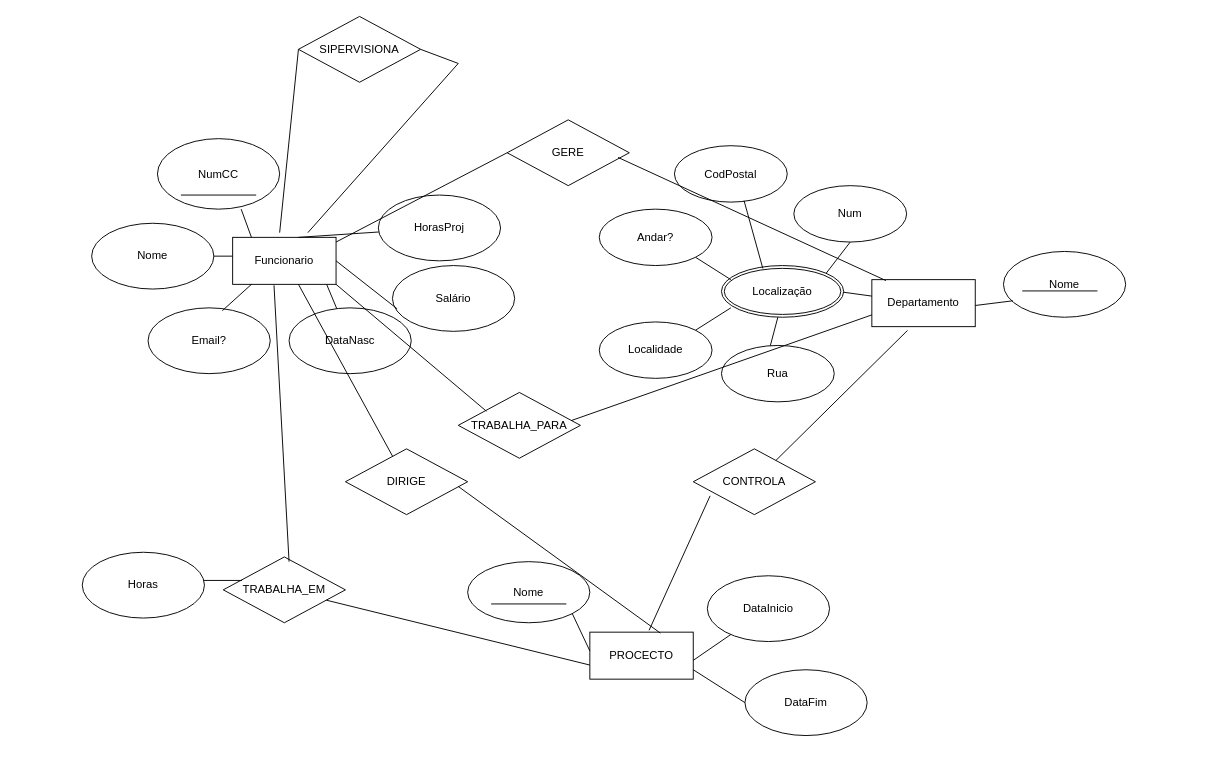
The draw.io diagram BD empresa.drawio in RubenA2109/diagramas, before the edit. Source tidied: cells renumbered, new cells numbered last; positions are measured from the earlier drawing's top-left corner, leaving out a move shared by most shapes. Both pictures are drawn from the tidied source at 94%, with x=0, y=0 at pixel (82, 16).
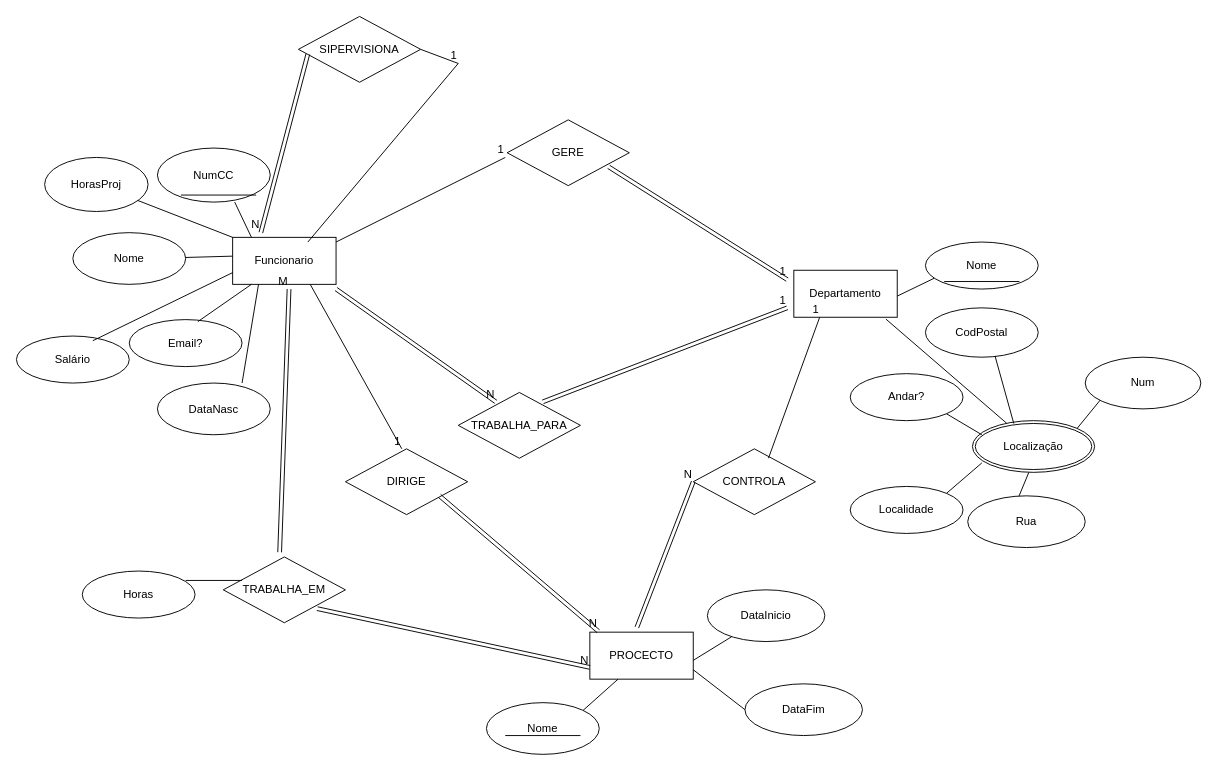
The same page after the edit.

The change refers to these unchanged cells:
```xml
<mxCell id="2" value="Funcionario" style="whiteSpace=wrap;html=1;align=center;" parent="1" vertex="1">
  <mxGeometry x="160" y="235" width="110" height="50" as="geometry" />
</mxCell>
<mxCell id="3" value="PROCECTO" style="whiteSpace=wrap;html=1;align=center;" parent="1" vertex="1">
  <mxGeometry x="540" y="655" width="110" height="50" as="geometry" />
</mxCell>
<mxCell id="40" value="SIPERVISIONA" style="shape=rhombus;perimeter=rhombusPerimeter;whiteSpace=wrap;html=1;align=center;" parent="1" vertex="1">
  <mxGeometry x="230" width="130" height="70" as="geometry" />
</mxCell>
<mxCell id="42" value="GERE" style="shape=rhombus;perimeter=rhombusPerimeter;whiteSpace=wrap;html=1;align=center;" parent="1" vertex="1">
  <mxGeometry x="452" y="110" width="130" height="70" as="geometry" />
</mxCell>
<mxCell id="43" value="CONTROLA" style="shape=rhombus;perimeter=rhombusPerimeter;whiteSpace=wrap;html=1;align=center;" parent="1" vertex="1">
  <mxGeometry x="650" y="460" width="130" height="70" as="geometry" />
</mxCell>
<mxCell id="44" value="DIRIGE" style="shape=rhombus;perimeter=rhombusPerimeter;whiteSpace=wrap;html=1;align=center;" parent="1" vertex="1">
  <mxGeometry x="280" y="460" width="130" height="70" as="geometry" />
</mxCell>
<mxCell id="45" value="TRABALHA_EM" style="shape=rhombus;perimeter=rhombusPerimeter;whiteSpace=wrap;html=1;align=center;" parent="1" vertex="1">
  <mxGeometry x="150" y="575" width="130" height="70" as="geometry" />
</mxCell>
```

Change to the diagram source:
```diff
@@
     <mxCell id="4" value="Departamento" style="whiteSpace=wrap;html=1;align=center;" parent="1" vertex="1">
-      <mxGeometry x="840" y="280" width="110" height="50" as="geometry" />
+      <mxGeometry x="757" y="270" width="110" height="50" as="geometry" />
     </mxCell>
     <mxCell id="5" value="DataNasc" style="ellipse;whiteSpace=wrap;html=1;" parent="1" vertex="1">
-      <mxGeometry x="220" y="310" width="130" height="70" as="geometry" />
+      <mxGeometry x="80" y="390" width="120" height="55" as="geometry" />
     </mxCell>
     <mxCell id="6" value="Nome" style="ellipse;whiteSpace=wrap;html=1;" parent="1" vertex="1">
-      <mxGeometry x="10" y="220" width="130" height="70" as="geometry" />
+      <mxGeometry x="-10" y="230" width="120" height="55" as="geometry" />
     </mxCell>
     <mxCell id="7" value="NumCC" style="ellipse;whiteSpace=wrap;html=1;" parent="1" vertex="1">
-      <mxGeometry x="80" y="130" width="130" height="75" as="geometry" />
+      <mxGeometry x="80" y="140" width="120" height="57.5" as="geometry" />
     </mxCell>
     <mxCell id="8" value="HorasProj" style="ellipse;whiteSpace=wrap;html=1;" parent="1" vertex="1">
-      <mxGeometry x="315" y="190" width="130" height="70" as="geometry" />
+      <mxGeometry x="-40" y="150" width="110" height="57.5" as="geometry" />
     </mxCell>
     <mxCell id="9" value="Salário" style="ellipse;whiteSpace=wrap;html=1;" parent="1" vertex="1">
-      <mxGeometry x="330" y="265" width="130" height="70" as="geometry" />
+      <mxGeometry x="-70" y="340" width="120" height="50" as="geometry" />
     </mxCell>
     <mxCell id="10" value="Email?" style="ellipse;whiteSpace=wrap;html=1;" parent="1" vertex="1">
-      <mxGeometry x="70" y="310" width="130" height="70" as="geometry" />
+      <mxGeometry x="50" y="322.5" width="120" height="50" as="geometry" />
     </mxCell>
@@
-    <mxCell id="12" style="endArrow=none;html=1;rounded=0;exitX=1;exitY=0.5;exitDx=0;exitDy=0;entryX=0.038;entryY=0.657;entryDx=0;entryDy=0;entryPerimeter=0;" parent="1" edge="1" source="2" target="9">
+    <mxCell id="12" style="endArrow=none;html=1;rounded=0;exitX=0;exitY=0.75;exitDx=0;exitDy=0;entryX=0.677;entryY=0.1;entryDx=0;entryDy=0;entryPerimeter=0;" parent="1" edge="1" source="2" target="9">
       <mxGeometry relative="1" as="geometry" />
     </mxCell>
-    <mxCell id="13" style="endArrow=none;html=1;rounded=0;" parent="1" edge="1" source="5">
-      <mxGeometry relative="1" as="geometry">
-        <mxPoint x="260" y="285" as="targetPoint" />
-      </mxGeometry>
-    </mxCell>
@@
-    <mxCell id="15" style="endArrow=none;html=1;rounded=0;" parent="1" edge="1" target="8">
-      <mxGeometry relative="1" as="geometry">
-        <mxPoint x="230" y="235" as="sourcePoint" />
-      </mxGeometry>
+    <mxCell id="15" style="endArrow=none;html=1;rounded=0;exitX=0;exitY=0;exitDx=0;exitDy=0;" parent="1" edge="1" source="2" target="8">
+      <mxGeometry relative="1" as="geometry" />
     </mxCell>
@@
     <mxCell id="17" value="Nome" style="ellipse;whiteSpace=wrap;html=1;" parent="1" vertex="1">
-      <mxGeometry x="980" y="250" width="130" height="70" as="geometry" />
+      <mxGeometry x="897" y="240" width="120" height="50" as="geometry" />
     </mxCell>
-    <mxCell id="18" style="endArrow=none;html=1;rounded=0;exitX=1;exitY=0.5;exitDx=0;exitDy=0;" parent="1" edge="1">
+    <mxCell id="18" style="endArrow=none;html=1;rounded=0;exitX=1;exitY=0.5;exitDx=0;exitDy=0;entryX=0.077;entryY=0.771;entryDx=0;entryDy=0;entryPerimeter=0;" parent="1" edge="1" target="17">
       <mxGeometry relative="1" as="geometry">
-        <mxPoint x="950" y="307.5" as="sourcePoint" />
-        <mxPoint x="990" y="302.5" as="targetPoint" />
+        <mxPoint x="867" y="297.5" as="sourcePoint" />
       </mxGeometry>
     </mxCell>
-    <mxCell id="19" style="endArrow=none;html=1;rounded=0;entryX=0.977;entryY=0.686;entryDx=0;entryDy=0;entryPerimeter=0;" parent="1" edge="1" source="4">
-      <mxGeometry relative="1" as="geometry">
-        <mxPoint x="807" y="293" as="targetPoint" />
-      </mxGeometry>
+    <mxCell id="19" style="endArrow=none;html=1;rounded=0;exitX=0.891;exitY=1.04;exitDx=0;exitDy=0;exitPerimeter=0;" parent="1" edge="1" source="4" target="20">
+      <mxGeometry relative="1" as="geometry" />
     </mxCell>
     <mxCell id="20" value="Localização" style="ellipse;shape=doubleEllipse;margin=3;whiteSpace=wrap;html=1;align=center;" parent="1" vertex="1">
-      <mxGeometry x="680" y="265" width="130" height="55" as="geometry" />
+      <mxGeometry x="947" y="430" width="130" height="55" as="geometry" />
     </mxCell>
     <mxCell id="21" value="DataInicio" style="ellipse;whiteSpace=wrap;html=1;" parent="1" vertex="1">
-      <mxGeometry x="665" y="595" width="130" height="70" as="geometry" />
+      <mxGeometry x="665" y="610" width="125" height="55" as="geometry" />
     </mxCell>
     <mxCell id="22" value="Nome" style="ellipse;whiteSpace=wrap;html=1;" parent="1" vertex="1">
-      <mxGeometry x="410" y="580" width="130" height="65" as="geometry" />
+      <mxGeometry x="430" y="730" width="120" height="55" as="geometry" />
     </mxCell>
-    <mxCell id="23" style="endArrow=none;html=1;rounded=0;exitX=1;exitY=1;exitDx=0;exitDy=0;" parent="1" edge="1" source="22">
-      <mxGeometry relative="1" as="geometry">
-        <mxPoint x="540" y="675" as="targetPoint" />
-      </mxGeometry>
-    </mxCell>
@@
-    <mxCell id="26" style="endArrow=none;html=1;rounded=0;entryX=0.5;entryY=1;entryDx=0;entryDy=0;exitX=1;exitY=0;exitDx=0;exitDy=0;" parent="1" edge="1" source="20" target="28">
-      <mxGeometry relative="1" as="geometry" />
+    <mxCell id="26" style="endArrow=none;html=1;rounded=0;entryX=0.5;entryY=1;entryDx=0;entryDy=0;exitX=1;exitY=0;exitDx=0;exitDy=0;" parent="1" edge="1" source="20">
+      <mxGeometry relative="1" as="geometry">
+        <mxPoint x="1085.5" y="405" as="targetPoint" />
+      </mxGeometry>
     </mxCell>
     <mxCell id="27" style="endArrow=none;html=1;rounded=0;exitX=0.425;exitY=0.067;exitDx=0;exitDy=0;exitPerimeter=0;" parent="1" edge="1" source="29">
       <mxGeometry relative="1" as="geometry">
-        <mxPoint x="740" y="320" as="targetPoint" />
+        <mxPoint x="1007" y="485" as="targetPoint" />
       </mxGeometry>
     </mxCell>
     <mxCell id="28" value="Num" style="ellipse;whiteSpace=wrap;html=1;" parent="1" vertex="1">
-      <mxGeometry x="757" y="180" width="120" height="60" as="geometry" />
+      <mxGeometry x="1067" y="362.5" width="123" height="55" as="geometry" />
     </mxCell>
     <mxCell id="29" value="Rua" style="ellipse;whiteSpace=wrap;html=1;" parent="1" vertex="1">
-      <mxGeometry x="680" y="350" width="120" height="60" as="geometry" />
+      <mxGeometry x="942" y="510" width="125" height="55" as="geometry" />
     </mxCell>
     <mxCell id="30" value="Andar?" style="ellipse;whiteSpace=wrap;html=1;" parent="1" vertex="1">
-      <mxGeometry x="550" y="205" width="120" height="60" as="geometry" />
+      <mxGeometry x="817" y="380" width="120" height="50" as="geometry" />
     </mxCell>
     <mxCell id="31" style="endArrow=none;html=1;rounded=0;exitX=1;exitY=1;exitDx=0;exitDy=0;" parent="1" edge="1" source="30">
       <mxGeometry relative="1" as="geometry">
-        <mxPoint x="690" y="280" as="targetPoint" />
+        <mxPoint x="957" y="445" as="targetPoint" />
       </mxGeometry>
     </mxCell>
     <mxCell id="32" value="Localidade" style="ellipse;whiteSpace=wrap;html=1;" parent="1" vertex="1">
-      <mxGeometry x="550" y="325" width="120" height="60" as="geometry" />
+      <mxGeometry x="817" y="500" width="120" height="50" as="geometry" />
     </mxCell>
     <mxCell id="33" style="endArrow=none;html=1;rounded=0;exitX=1;exitY=0;exitDx=0;exitDy=0;" parent="1" edge="1" source="32">
       <mxGeometry relative="1" as="geometry">
-        <mxPoint x="690" y="310" as="targetPoint" />
+        <mxPoint x="957" y="475" as="targetPoint" />
       </mxGeometry>
     </mxCell>
     <mxCell id="34" style="endArrow=none;html=1;rounded=0;" parent="1" edge="1">
       <mxGeometry relative="1" as="geometry">
-        <mxPoint x="1080" y="292" as="sourcePoint" />
-        <mxPoint x="1000" y="292" as="targetPoint" />
+        <mxPoint x="997" y="282" as="sourcePoint" />
+        <mxPoint x="917" y="282" as="targetPoint" />
       </mxGeometry>
     </mxCell>
     <mxCell id="35" style="endArrow=none;html=1;rounded=0;" parent="1" edge="1">
       <mxGeometry relative="1" as="geometry">
-        <mxPoint x="515" y="625" as="sourcePoint" />
-        <mxPoint x="435" y="625" as="targetPoint" />
+        <mxPoint x="530" y="765" as="sourcePoint" />
+        <mxPoint x="450" y="765" as="targetPoint" />
       </mxGeometry>
     </mxCell>
@@
     <mxCell id="37" value="DataFim" style="ellipse;whiteSpace=wrap;html=1;" parent="1" vertex="1">
-      <mxGeometry x="705" y="695" width="130" height="70" as="geometry" />
+      <mxGeometry x="705" y="710" width="125" height="55" as="geometry" />
     </mxCell>
     <mxCell id="38" value="CodPostal" style="ellipse;whiteSpace=wrap;html=1;" parent="1" vertex="1">
-      <mxGeometry x="630" y="137.5" width="120" height="60" as="geometry" />
+      <mxGeometry x="897" y="310" width="120" height="52.5" as="geometry" />
     </mxCell>
     <mxCell id="39" style="endArrow=none;html=1;rounded=0;entryX=0.617;entryY=0.975;entryDx=0;entryDy=0;exitX=1;exitY=0;exitDx=0;exitDy=0;entryPerimeter=0;" parent="1" edge="1" target="38">
       <mxGeometry relative="1" as="geometry">
-        <mxPoint x="724" y="268" as="sourcePoint" />
+        <mxPoint x="991" y="433" as="sourcePoint" />
       </mxGeometry>
     </mxCell>
@@
-    <mxCell id="46" style="endArrow=none;html=1;rounded=0;entryX=0;entryY=0.5;entryDx=0;entryDy=0;" parent="1" edge="1" target="40">
-      <mxGeometry relative="1" as="geometry">
-        <mxPoint x="210" y="230" as="sourcePoint" />
-      </mxGeometry>
-    </mxCell>
@@
-    <mxCell id="48" style="endArrow=none;html=1;rounded=0;" parent="1" edge="1">
-      <mxGeometry relative="1" as="geometry">
-        <mxPoint x="240" y="230" as="sourcePoint" />
-        <mxPoint x="400" y="50" as="targetPoint" />
-      </mxGeometry>
-    </mxCell>
-    <mxCell id="49" style="endArrow=none;html=1;rounded=0;exitX=1;exitY=1;exitDx=0;exitDy=0;" parent="1" edge="1" source="2">
-      <mxGeometry relative="1" as="geometry">
-        <mxPoint x="430" y="420" as="targetPoint" />
-      </mxGeometry>
-    </mxCell>
-    <mxCell id="50" style="endArrow=none;html=1;rounded=0;entryX=0;entryY=0.75;entryDx=0;entryDy=0;" parent="1" edge="1" target="4">
-      <mxGeometry relative="1" as="geometry">
-        <mxPoint x="520" y="430" as="sourcePoint" />
-      </mxGeometry>
-    </mxCell>
-    <mxCell id="51" style="endArrow=none;html=1;rounded=0;entryX=0;entryY=0.5;entryDx=0;entryDy=0;" parent="1" edge="1" target="42">
-      <mxGeometry relative="1" as="geometry">
-        <mxPoint x="270" y="240" as="sourcePoint" />
-      </mxGeometry>
-    </mxCell>
-    <mxCell id="52" style="endArrow=none;html=1;rounded=0;exitX=0.136;exitY=0.02;exitDx=0;exitDy=0;exitPerimeter=0;" parent="1" edge="1" source="4">
-      <mxGeometry relative="1" as="geometry">
-        <mxPoint x="570" y="150" as="targetPoint" />
-      </mxGeometry>
-    </mxCell>
-    <mxCell id="53" style="endArrow=none;html=1;rounded=0;entryX=0.138;entryY=0.714;entryDx=0;entryDy=0;entryPerimeter=0;exitX=0.573;exitY=-0.04;exitDx=0;exitDy=0;exitPerimeter=0;" parent="1" edge="1" source="3" target="43">
-      <mxGeometry relative="1" as="geometry" />
-    </mxCell>
-    <mxCell id="54" style="endArrow=none;html=1;rounded=0;entryX=0.345;entryY=1.08;entryDx=0;entryDy=0;entryPerimeter=0;" parent="1" edge="1" source="43" target="4">
-      <mxGeometry relative="1" as="geometry" />
-    </mxCell>
-    <mxCell id="55" style="endArrow=none;html=1;rounded=0;" parent="1" edge="1" source="44">
-      <mxGeometry relative="1" as="geometry">
-        <mxPoint x="230" y="285" as="targetPoint" />
-      </mxGeometry>
-    </mxCell>
-    <mxCell id="56" style="endArrow=none;html=1;rounded=0;exitX=0.682;exitY=0.02;exitDx=0;exitDy=0;exitPerimeter=0;" parent="1" edge="1" source="3">
-      <mxGeometry relative="1" as="geometry">
-        <mxPoint x="400" y="500" as="targetPoint" />
-      </mxGeometry>
-    </mxCell>
-    <mxCell id="57" style="endArrow=none;html=1;rounded=0;entryX=0.4;entryY=1.02;entryDx=0;entryDy=0;entryPerimeter=0;" parent="1" edge="1" target="2">
-      <mxGeometry relative="1" as="geometry">
-        <mxPoint x="220" y="580" as="sourcePoint" />
-      </mxGeometry>
-    </mxCell>
-    <mxCell id="58" style="endArrow=none;html=1;rounded=0;" parent="1" edge="1" source="45">
-      <mxGeometry relative="1" as="geometry">
-        <mxPoint x="540" y="690" as="targetPoint" />
-      </mxGeometry>
-    </mxCell>
@@
     <mxCell id="60" value="Horas" style="ellipse;whiteSpace=wrap;html=1;" parent="1" vertex="1">
-      <mxGeometry y="570" width="130" height="70" as="geometry" />
+      <mxGeometry y="590" width="120" height="50" as="geometry" />
     </mxCell>
+    <mxCell id="61" style="endArrow=none;html=1;rounded=0;exitX=1;exitY=0;exitDx=0;exitDy=0;" parent="1" edge="1" source="22">
+      <mxGeometry relative="1" as="geometry">
+        <mxPoint x="570" y="705" as="targetPoint" />
+      </mxGeometry>
+    </mxCell>
+    <mxCell id="62" style="endArrow=none;html=1;rounded=0;exitX=0.75;exitY=0;exitDx=0;exitDy=0;exitPerimeter=0;entryX=0.25;entryY=1;entryDx=0;entryDy=0;" parent="1" edge="1" source="5" target="2">
+      <mxGeometry relative="1" as="geometry" />
+    </mxCell>
+    <mxCell id="63" style="shape=link;html=1;rounded=0;" parent="1" edge="1">
+      <mxGeometry relative="1" as="geometry">
+        <mxPoint x="240" y="40" as="sourcePoint" />
+        <mxPoint x="190" y="230" as="targetPoint" />
+      </mxGeometry>
+    </mxCell>
+    <mxCell id="64" value="N" style="html=1;whiteSpace=wrap;align=right;verticalAlign=bottom;" parent="63" vertex="1">
+      <mxGeometry x="1" relative="1" as="geometry" />
+    </mxCell>
+    <mxCell id="65" style="endArrow=none;html=1;rounded=0;exitX=0.727;exitY=0.1;exitDx=0;exitDy=0;exitPerimeter=0;" parent="1" edge="1">
+      <mxGeometry relative="1" as="geometry">
+        <mxPoint x="240" y="240" as="sourcePoint" />
+        <mxPoint x="400" y="50" as="targetPoint" />
+      </mxGeometry>
+    </mxCell>
+    <mxCell id="66" value="1" style="html=1;whiteSpace=wrap;align=right;verticalAlign=bottom;" parent="65" vertex="1">
+      <mxGeometry x="1" relative="1" as="geometry" />
+    </mxCell>
+    <mxCell id="67" style="shape=link;html=1;rounded=0;" parent="1" edge="1">
+      <mxGeometry relative="1" as="geometry">
+        <mxPoint x="270" y="290" as="sourcePoint" />
+        <mxPoint x="440" y="410" as="targetPoint" />
+      </mxGeometry>
+    </mxCell>
+    <mxCell id="68" value="N" style="html=1;whiteSpace=wrap;align=right;verticalAlign=bottom;" parent="67" vertex="1">
+      <mxGeometry x="1" relative="1" as="geometry" />
+    </mxCell>
+    <mxCell id="69" style="shape=link;html=1;rounded=0;" parent="1" edge="1">
+      <mxGeometry relative="1" as="geometry">
+        <mxPoint x="490" y="410" as="sourcePoint" />
+        <mxPoint x="750" y="310" as="targetPoint" />
+      </mxGeometry>
+    </mxCell>
+    <mxCell id="70" value="1" style="html=1;whiteSpace=wrap;align=right;verticalAlign=bottom;" parent="69" vertex="1">
+      <mxGeometry x="1" relative="1" as="geometry" />
+    </mxCell>
+    <mxCell id="71" style="shape=link;html=1;rounded=0;" parent="1" edge="1">
+      <mxGeometry relative="1" as="geometry">
+        <mxPoint x="560" y="160" as="sourcePoint" />
+        <mxPoint x="750" y="280" as="targetPoint" />
+      </mxGeometry>
+    </mxCell>
+    <mxCell id="72" value="1" style="html=1;whiteSpace=wrap;align=right;verticalAlign=bottom;" parent="71" vertex="1">
+      <mxGeometry x="1" relative="1" as="geometry" />
+    </mxCell>
+    <mxCell id="73" style="endArrow=none;html=1;rounded=0;" parent="1" edge="1">
+      <mxGeometry relative="1" as="geometry">
+        <mxPoint x="270" y="240" as="sourcePoint" />
+        <mxPoint x="450" y="150" as="targetPoint" />
+      </mxGeometry>
+    </mxCell>
+    <mxCell id="74" value="1" style="html=1;whiteSpace=wrap;align=right;verticalAlign=bottom;" parent="73" vertex="1">
+      <mxGeometry x="1" relative="1" as="geometry" />
+    </mxCell>
+    <mxCell id="75" style="endArrow=none;html=1;rounded=0;entryX=0.25;entryY=1;entryDx=0;entryDy=0;" parent="1" edge="1" target="4">
+      <mxGeometry relative="1" as="geometry">
+        <mxPoint x="730" y="470" as="sourcePoint" />
+      </mxGeometry>
+    </mxCell>
+    <mxCell id="76" value="1" style="html=1;whiteSpace=wrap;align=right;verticalAlign=bottom;" parent="75" vertex="1">
+      <mxGeometry x="1" relative="1" as="geometry" />
+    </mxCell>
+    <mxCell id="77" style="shape=link;html=1;rounded=0;entryX=0;entryY=0.5;entryDx=0;entryDy=0;" parent="1" edge="1" target="43">
+      <mxGeometry relative="1" as="geometry">
+        <mxPoint x="590" y="650" as="sourcePoint" />
+      </mxGeometry>
+    </mxCell>
+    <mxCell id="78" value="N" style="html=1;whiteSpace=wrap;align=right;verticalAlign=bottom;" parent="77" vertex="1">
+      <mxGeometry x="1" relative="1" as="geometry" />
+    </mxCell>
+    <mxCell id="79" style="shape=link;html=1;rounded=0;entryX=0.082;entryY=-0.02;entryDx=0;entryDy=0;entryPerimeter=0;" parent="1" edge="1" target="3">
+      <mxGeometry relative="1" as="geometry">
+        <mxPoint x="380" y="510" as="sourcePoint" />
+      </mxGeometry>
+    </mxCell>
+    <mxCell id="80" value="N" style="html=1;whiteSpace=wrap;align=right;verticalAlign=bottom;" parent="79" vertex="1">
+      <mxGeometry x="1" relative="1" as="geometry" />
+    </mxCell>
+    <mxCell id="81" style="endArrow=none;html=1;rounded=0;exitX=0.75;exitY=1;exitDx=0;exitDy=0;" parent="1" edge="1" source="2">
+      <mxGeometry relative="1" as="geometry">
+        <mxPoint x="340" y="460" as="targetPoint" />
+      </mxGeometry>
+    </mxCell>
+    <mxCell id="82" value="1" style="html=1;whiteSpace=wrap;align=right;verticalAlign=bottom;" parent="81" vertex="1">
+      <mxGeometry x="1" relative="1" as="geometry" />
+    </mxCell>
+    <mxCell id="83" style="shape=link;html=1;rounded=0;" parent="1" edge="1">
+      <mxGeometry relative="1" as="geometry">
+        <mxPoint x="210" y="570" as="sourcePoint" />
+        <mxPoint x="220" y="290" as="targetPoint" />
+      </mxGeometry>
+    </mxCell>
+    <mxCell id="84" value="M" style="html=1;whiteSpace=wrap;align=right;verticalAlign=bottom;" parent="83" vertex="1">
+      <mxGeometry x="1" relative="1" as="geometry" />
+    </mxCell>
+    <mxCell id="85" style="shape=link;html=1;rounded=0;entryX=0;entryY=0.75;entryDx=0;entryDy=0;" parent="1" edge="1" target="3">
+      <mxGeometry relative="1" as="geometry">
+        <mxPoint x="250" y="630" as="sourcePoint" />
+      </mxGeometry>
+    </mxCell>
+    <mxCell id="86" value="N" style="html=1;whiteSpace=wrap;align=right;verticalAlign=bottom;" parent="85" vertex="1">
+      <mxGeometry x="1" relative="1" as="geometry" />
+    </mxCell>
```
